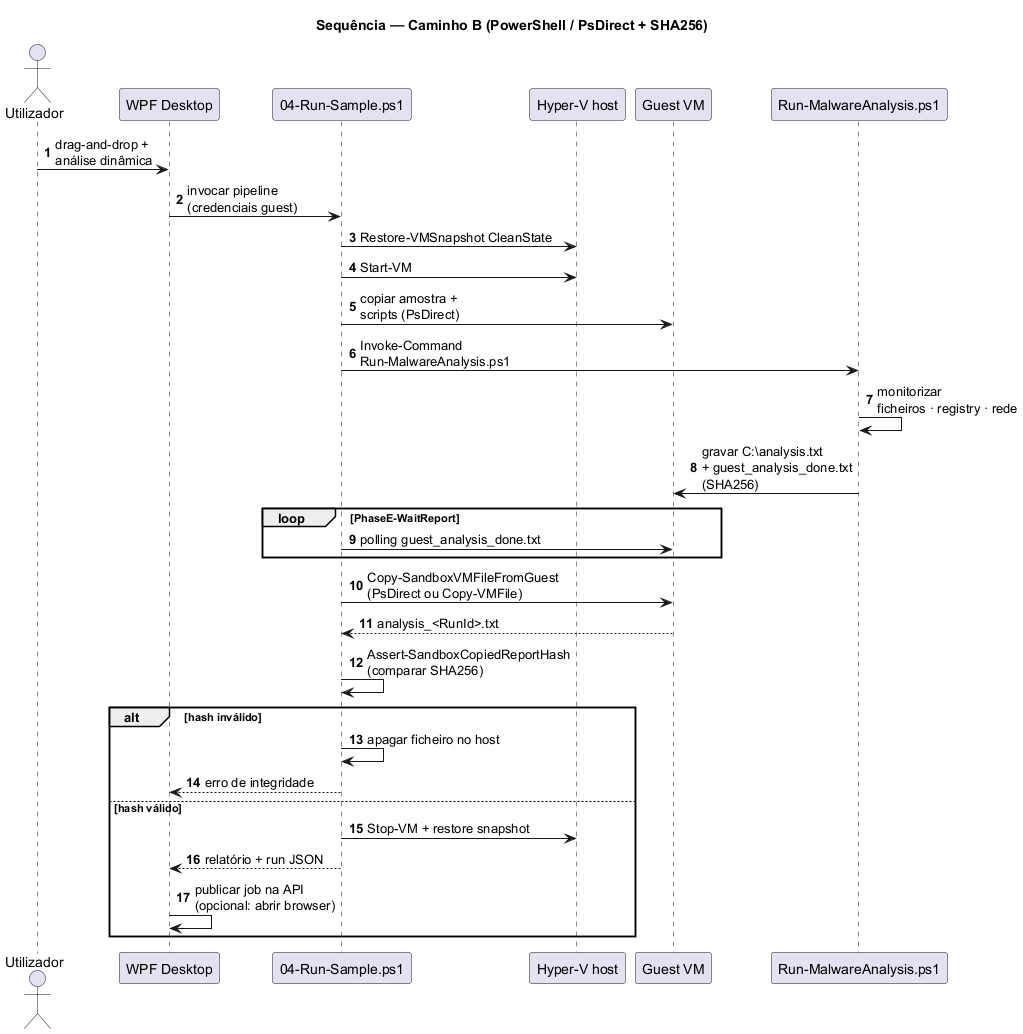
Earlier version of the PlantUML export relatório/imagens/fig-4-9-sequence-path-b.png (tlxp/PROJETO).
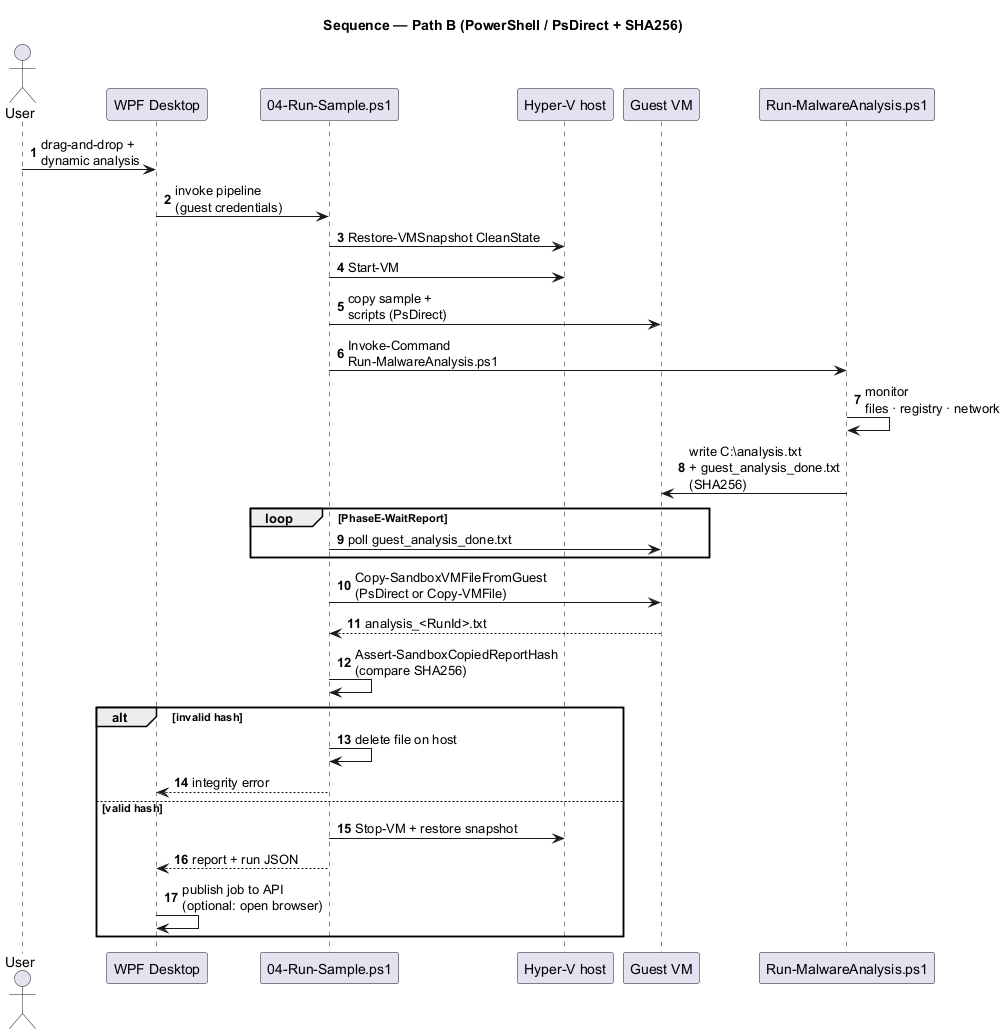
Above is the later version.

The edit, as a diff of the source:
```diff
@@ -1,40 +1,40 @@
 @startuml fig-4-9-sequence-path-b
-title Sequência — Caminho B (PowerShell / PsDirect + SHA256)
+title Sequence — Path B (PowerShell / PsDirect + SHA256)
 autonumber
 skinparam responseMessageBelowArrow true
 
-actor "Utilizador" as U
+actor "User" as U
 participant "WPF Desktop" as WPF
 participant "04-Run-Sample.ps1" as PS
 participant "Hyper-V host" as HV
 participant "Guest VM" as GUEST
 participant "Run-MalwareAnalysis.ps1" as ANALYSIS
 
-U -> WPF : drag-and-drop +\nanálise dinâmica
-WPF -> PS : invocar pipeline\n(credenciais guest)
+U -> WPF : drag-and-drop +\ndynamic analysis
+WPF -> PS : invoke pipeline\n(guest credentials)
 PS -> HV : Restore-VMSnapshot CleanState
 PS -> HV : Start-VM
-PS -> GUEST : copiar amostra +\nscripts (PsDirect)
+PS -> GUEST : copy sample +\nscripts (PsDirect)
 
 PS -> ANALYSIS : Invoke-Command\nRun-MalwareAnalysis.ps1
-ANALYSIS -> ANALYSIS : monitorizar\nficheiros · registry · rede
-ANALYSIS -> GUEST : gravar C:\analysis.txt\n+ guest_analysis_done.txt\n(SHA256)
+ANALYSIS -> ANALYSIS : monitor\nfiles · registry · network
+ANALYSIS -> GUEST : write C:\analysis.txt\n+ guest_analysis_done.txt\n(SHA256)
 
 loop PhaseE-WaitReport
-  PS -> GUEST : polling guest_analysis_done.txt
+  PS -> GUEST : poll guest_analysis_done.txt
 end
 
-PS -> GUEST : Copy-SandboxVMFileFromGuest\n(PsDirect ou Copy-VMFile)
+PS -> GUEST : Copy-SandboxVMFileFromGuest\n(PsDirect or Copy-VMFile)
 GUEST --> PS : analysis_<RunId>.txt
 
-PS -> PS : Assert-SandboxCopiedReportHash\n(comparar SHA256)
-alt hash inválido
-  PS -> PS : apagar ficheiro no host
-  PS --> WPF : erro de integridade
-else hash válido
+PS -> PS : Assert-SandboxCopiedReportHash\n(compare SHA256)
+alt invalid hash
+  PS -> PS : delete file on host
+  PS --> WPF : integrity error
+else valid hash
   PS -> HV : Stop-VM + restore snapshot
-  PS --> WPF : relatório + run JSON
-  WPF -> WPF : publicar job na API\n(opcional: abrir browser)
+  PS --> WPF : report + run JSON
+  WPF -> WPF : publish job to API\n(optional: open browser)
 end
 
 @enduml
```
